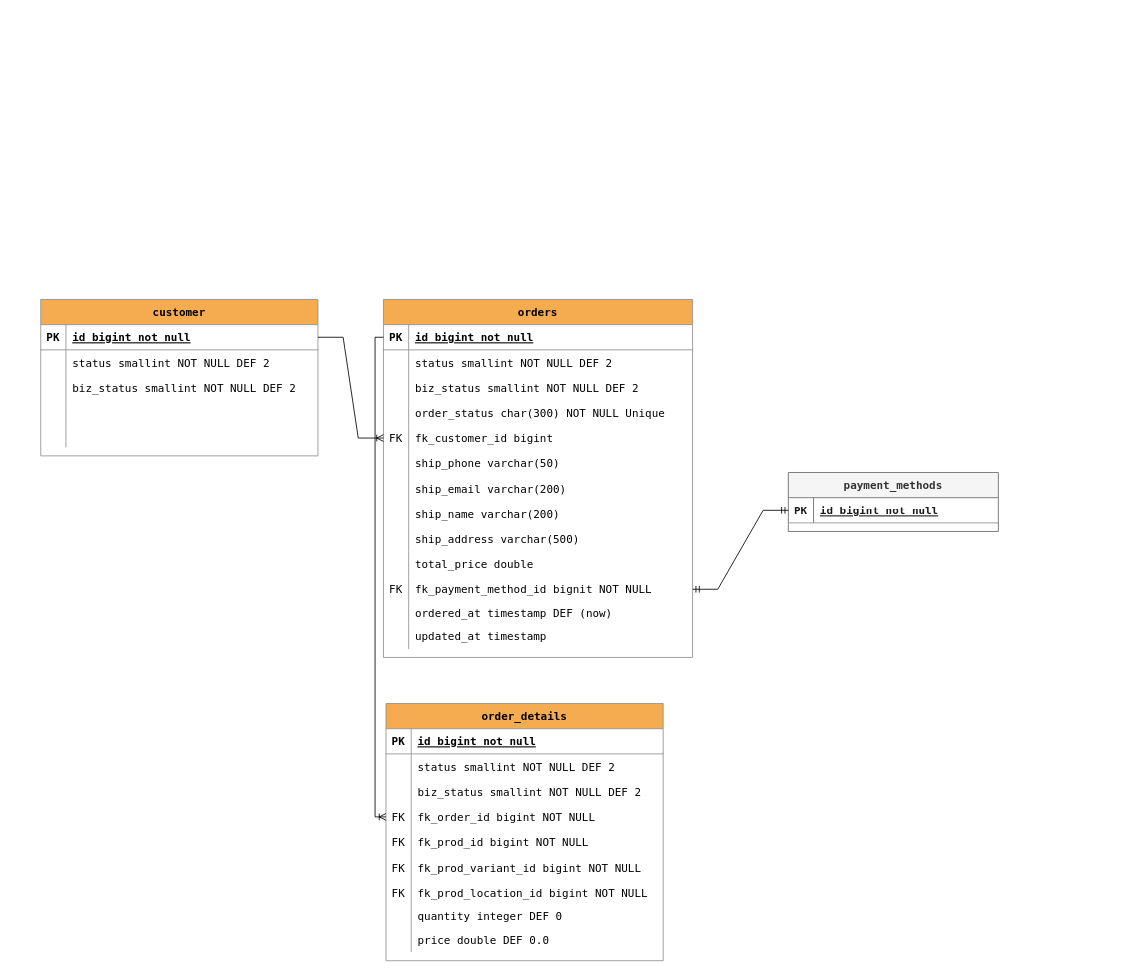
This is page "SaleOrder" (5 of 6) of documentation/ERD.drawio from khinemyaezin/coolstuff-ecommerce-v3.0-repository, a draw.io file, before an edit. Source tidied: cells renumbered, new cells numbered last; positions are measured from the earlier drawing's top-left corner, leaving out a move shared by most shapes. Both pictures are drawn from the tidied source at 84%, with x=0, y=0 at pixel (40, 299).
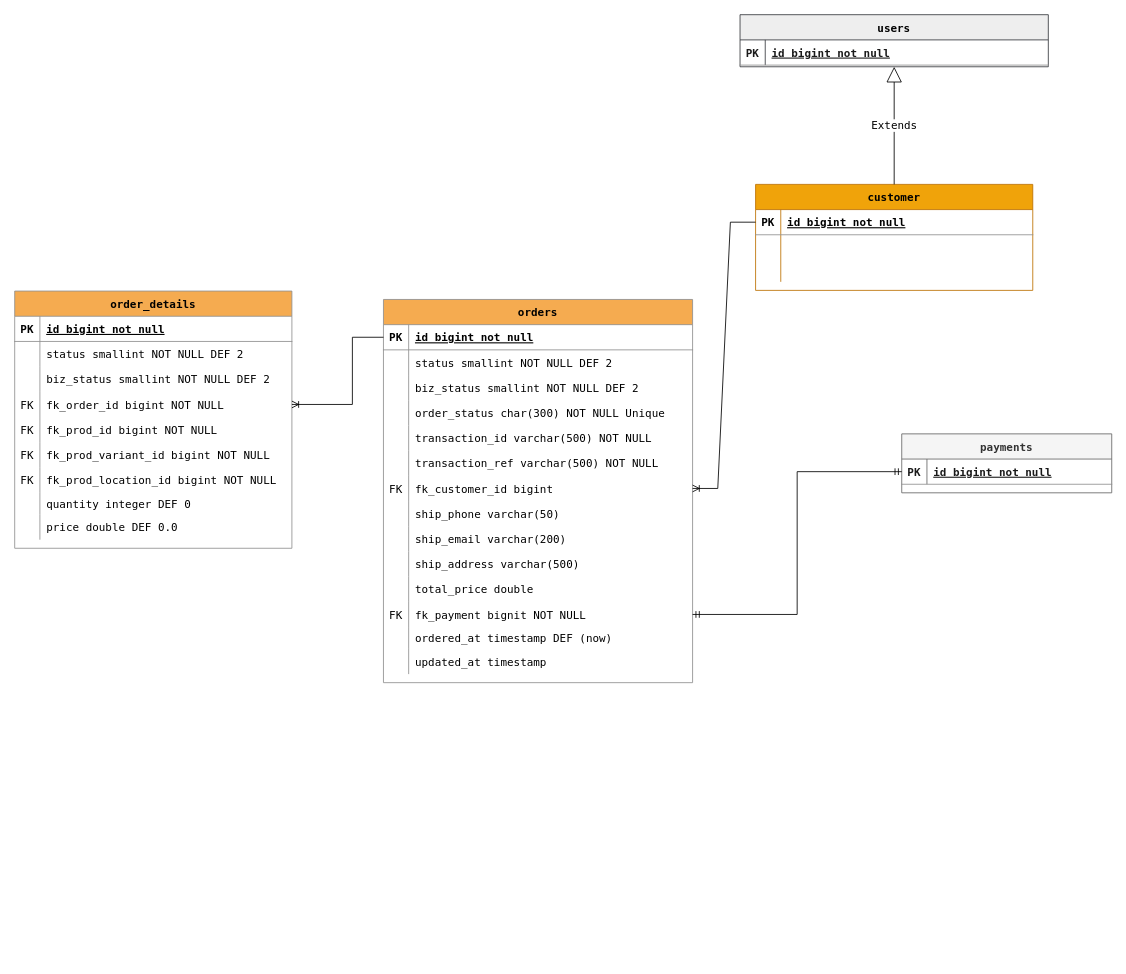
The same diagram, later.

The change refers to these unchanged cells:
```xml
<mxCell id="3" style="shape=partialRectangle;fillColor=none;points=[[0,0.5],[1,0.5]];portConstraint=eastwest;top=0;left=0;right=0;bottom=1;fontFamily=Lucida Console;fontSize=13;strokeColor=#909090;fontColor=default;rounded=0;" parent="2" vertex="1">
  <mxGeometry y="30" width="368" height="30" as="geometry" />
</mxCell>
<mxCell id="52" style="shape=tableRow;horizontal=0;startSize=0;swimlaneHead=0;swimlaneBody=0;fillColor=none;points=[[0,0.5],[1,0.5]];portConstraint=eastwest;top=0;left=0;right=0;bottom=0;strokeColor=#909090;fontColor=default;fontFamily=Lucida Console;fontSize=13;" parent="42" vertex="1">
  <mxGeometry y="120" width="330" height="30" as="geometry" />
</mxCell>
<mxCell id="89" style="shape=partialRectangle;fillColor=none;points=[[0,0.5],[1,0.5]];portConstraint=eastwest;top=0;left=0;right=0;bottom=1;fontFamily=Lucida Console;fontSize=13;strokeColor=#909090;fontColor=#1A1A1A;" parent="88" vertex="1">
  <mxGeometry y="30" width="250" height="30" as="geometry" />
</mxCell>
```

The edit, as a diff of the source:
```diff
@@
     <mxCell id="2" value="orders" style="shape=table;startSize=30;childLayout=tableLayout;rowLines=0;fontStyle=1;align=center;fontFamily=Lucida Console;fontSize=13;fillColor=#F5AB50;strokeColor=#909090;fontColor=default;rounded=0;" parent="1" vertex="1">
-      <mxGeometry x="408" width="368" height="426.2" as="geometry" />
+      <mxGeometry x="408" width="368" height="456.2" as="geometry" />
     </mxCell>
@@
+    <mxCell id="93" style="shape=tableRow;horizontal=0;startSize=0;swimlaneHead=0;swimlaneBody=0;fillColor=none;top=0;left=0;right=0;bottom=0;fontFamily=Lucida Console;fontSize=13;" parent="2" vertex="1">
+      <mxGeometry y="150" width="368" height="30" as="geometry" />
+    </mxCell>
+    <mxCell id="94" style="shape=partialRectangle;fillColor=none;top=0;left=0;bottom=0;right=0;overflow=hidden;fontFamily=Lucida Console;fontSize=13;" parent="93" vertex="1">
+      <mxGeometry width="30" height="30" as="geometry" />
+    </mxCell>
+    <mxCell id="95" value="transaction_id varchar(500) NOT NULL" style="shape=partialRectangle;fillColor=none;top=0;left=0;bottom=0;right=0;align=left;spacingLeft=6;overflow=hidden;fontFamily=Lucida Console;fontSize=13;" parent="93" vertex="1">
+      <mxGeometry x="30" width="338" height="30" as="geometry" />
+    </mxCell>
+    <mxCell id="96" style="shape=tableRow;horizontal=0;startSize=0;swimlaneHead=0;swimlaneBody=0;fillColor=none;top=0;left=0;right=0;bottom=0;fontFamily=Lucida Console;fontSize=13;" parent="2" vertex="1">
+      <mxGeometry y="180" width="368" height="30" as="geometry" />
+    </mxCell>
+    <mxCell id="97" style="shape=partialRectangle;fillColor=none;top=0;left=0;bottom=0;right=0;overflow=hidden;fontFamily=Lucida Console;fontSize=13;" parent="96" vertex="1">
+      <mxGeometry width="30" height="30" as="geometry" />
+    </mxCell>
+    <mxCell id="98" value="transaction_ref varchar(500) NOT NULL" style="shape=partialRectangle;fillColor=none;top=0;left=0;bottom=0;right=0;align=left;spacingLeft=6;overflow=hidden;fontFamily=Lucida Console;fontSize=13;" parent="96" vertex="1">
+      <mxGeometry x="30" width="338" height="30" as="geometry" />
+    </mxCell>
     <mxCell id="15" style="shape=tableRow;horizontal=0;startSize=0;swimlaneHead=0;swimlaneBody=0;fillColor=none;points=[[0,0.5],[1,0.5]];portConstraint=eastwest;top=0;left=0;right=0;bottom=0;fontFamily=Lucida Console;fontSize=13;strokeColor=#909090;fontColor=default;rounded=0;" parent="2" vertex="1">
-      <mxGeometry y="150" width="368" height="30" as="geometry" />
+      <mxGeometry y="210" width="368" height="30" as="geometry" />
     </mxCell>
@@
     <mxCell id="18" style="shape=tableRow;horizontal=0;startSize=0;swimlaneHead=0;swimlaneBody=0;fillColor=none;top=0;left=0;right=0;bottom=0;fontFamily=Lucida Console;fontSize=13;" parent="2" vertex="1">
-      <mxGeometry y="180" width="368" height="30" as="geometry" />
+      <mxGeometry y="240" width="368" height="30" as="geometry" />
     </mxCell>
@@
     <mxCell id="21" style="shape=tableRow;horizontal=0;startSize=0;swimlaneHead=0;swimlaneBody=0;fillColor=none;top=0;left=0;right=0;bottom=0;fontSize=13;fontFamily=Lucida Console;" parent="2" vertex="1">
-      <mxGeometry y="210" width="368" height="30" as="geometry" />
+      <mxGeometry y="270" width="368" height="30" as="geometry" />
     </mxCell>
@@
-    <mxCell id="24" style="shape=tableRow;horizontal=0;startSize=0;swimlaneHead=0;swimlaneBody=0;fillColor=none;top=0;left=0;right=0;bottom=0;fontFamily=Lucida Console;fontSize=13;strokeColor=#909090;fontColor=default;rounded=0;" parent="2" vertex="1">
-      <mxGeometry y="240" width="368" height="30" as="geometry" />
-    </mxCell>
-    <mxCell id="25" style="shape=partialRectangle;fillColor=none;top=0;left=0;bottom=0;right=0;overflow=hidden;fontFamily=Lucida Console;fontSize=13;strokeColor=#909090;fontColor=default;rounded=0;" parent="24" vertex="1">
-      <mxGeometry width="30" height="30" as="geometry" />
-    </mxCell>
-    <mxCell id="26" value="ship_name varchar(200)" style="shape=partialRectangle;fillColor=none;top=0;left=0;bottom=0;right=0;align=left;spacingLeft=6;overflow=hidden;fontFamily=Lucida Console;fontSize=13;strokeColor=#909090;fontColor=default;rounded=0;" parent="24" vertex="1">
-      <mxGeometry x="30" width="338" height="30" as="geometry" />
-    </mxCell>
     <mxCell id="27" style="shape=tableRow;horizontal=0;startSize=0;swimlaneHead=0;swimlaneBody=0;fillColor=none;top=0;left=0;right=0;bottom=0;fontFamily=Lucida Console;fontSize=13;strokeColor=#909090;fontColor=default;rounded=0;" parent="2" vertex="1">
-      <mxGeometry y="270" width="368" height="30" as="geometry" />
+      <mxGeometry y="300" width="368" height="30" as="geometry" />
     </mxCell>
@@
     <mxCell id="30" style="shape=tableRow;horizontal=0;startSize=0;swimlaneHead=0;swimlaneBody=0;fillColor=none;top=0;left=0;right=0;bottom=0;fontFamily=Lucida Console;fontSize=13;strokeColor=#909090;fontColor=default;rounded=0;" parent="2" vertex="1">
-      <mxGeometry y="300" width="368" height="30" as="geometry" />
+      <mxGeometry y="330" width="368" height="30" as="geometry" />
     </mxCell>
@@
     <mxCell id="33" style="shape=tableRow;horizontal=0;startSize=0;swimlaneHead=0;swimlaneBody=0;fillColor=none;points=[[0,0.5],[1,0.5]];portConstraint=eastwest;top=0;left=0;right=0;bottom=0;fontSize=13;fontFamily=Lucida Console;" parent="2" vertex="1">
-      <mxGeometry y="330" width="368" height="30" as="geometry" />
+      <mxGeometry y="360" width="368" height="30" as="geometry" />
     </mxCell>
@@
-    <mxCell id="35" value="fk_payment_method_id bignit NOT NULL" style="shape=partialRectangle;fillColor=none;top=0;left=0;bottom=0;right=0;align=left;spacingLeft=6;overflow=hidden;fontSize=13;fontFamily=Lucida Console;" parent="33" vertex="1">
+    <mxCell id="35" value="fk_payment bignit NOT NULL" style="shape=partialRectangle;fillColor=none;top=0;left=0;bottom=0;right=0;align=left;spacingLeft=6;overflow=hidden;fontSize=13;fontFamily=Lucida Console;" parent="33" vertex="1">
       <mxGeometry x="30" width="338" height="30" as="geometry" />
     </mxCell>
     <mxCell id="36" style="shape=tableRow;horizontal=0;startSize=0;swimlaneHead=0;swimlaneBody=0;fillColor=none;top=0;left=0;right=0;bottom=0;fontFamily=Lucida Console;fontSize=13;strokeColor=#909090;fontColor=default;rounded=0;" parent="2" vertex="1">
-      <mxGeometry y="360" width="368" height="26" as="geometry" />
+      <mxGeometry y="390" width="368" height="26" as="geometry" />
     </mxCell>
@@
     <mxCell id="39" style="shape=tableRow;horizontal=0;startSize=0;swimlaneHead=0;swimlaneBody=0;fillColor=none;top=0;left=0;right=0;bottom=0;fontFamily=Lucida Console;fontSize=13;strokeColor=#909090;fontColor=default;rounded=0;" parent="2" vertex="1">
-      <mxGeometry y="386" width="368" height="30" as="geometry" />
+      <mxGeometry y="416" width="368" height="30" as="geometry" />
     </mxCell>
@@
     <mxCell id="42" value="order_details" style="shape=table;startSize=30;childLayout=tableLayout;rowLines=0;fontStyle=1;align=center;fontFamily=Lucida Console;fontSize=13;fillColor=#F5AB50;strokeColor=#909090;fontColor=default;rounded=0;" parent="1" vertex="1">
-      <mxGeometry x="411" y="481" width="330" height="306.2" as="geometry" />
+      <mxGeometry x="-31" y="-10" width="330" height="306.2" as="geometry" />
     </mxCell>
@@
-    <mxCell id="70" style="fontSize=12;html=1;endArrow=ERoneToMany;rounded=0;strokeColor=default;fontFamily=Lucida Console;fontColor=#1A1A1A;exitX=0;exitY=0.5;exitDx=0;exitDy=0;edgeStyle=orthogonalEdgeStyle;entryX=0;entryY=0.5;entryDx=0;entryDy=0;" parent="1" edge="1" source="3" target="52">
-      <mxGeometry relative="1" as="geometry" />
+    <mxCell id="70" style="fontSize=12;html=1;endArrow=ERoneToMany;rounded=0;strokeColor=default;fontFamily=Lucida Console;fontColor=#1A1A1A;exitX=0;exitY=0.5;exitDx=0;exitDy=0;edgeStyle=orthogonalEdgeStyle;entryX=1;entryY=0.5;entryDx=0;entryDy=0;" parent="1" edge="1" source="3" target="52">
+      <mxGeometry relative="1" as="geometry">
+        <Array as="points">
+          <mxPoint x="371" y="45" />
+          <mxPoint x="371" y="125" />
+        </Array>
+      </mxGeometry>
     </mxCell>
-    <mxCell id="71" value="customer" style="shape=table;startSize=30;childLayout=tableLayout;rowLines=0;fontStyle=1;align=center;fontFamily=Lucida Console;fontSize=13;fillColor=#F5AB50;strokeColor=#909090;fontColor=default;rounded=0;" parent="1" vertex="1">
-      <mxGeometry width="330" height="186.2" as="geometry" />
+    <mxCell id="71" value="customer" style="shape=table;startSize=30;childLayout=tableLayout;rowLines=0;fontStyle=1;align=center;fontFamily=Lucida Console;fontSize=13;fillColor=#f0a30a;strokeColor=#BD7000;fontColor=#000000;rounded=0;" parent="1" vertex="1">
+      <mxGeometry x="851" y="-137" width="330" height="126.2" as="geometry" />
     </mxCell>
@@
-    <mxCell id="75" style="shape=tableRow;horizontal=0;startSize=0;swimlaneHead=0;swimlaneBody=0;fillColor=none;top=0;left=0;right=0;bottom=0;strokeColor=#909090;fontFamily=Lucida Console;fontSize=13;fontColor=default;rounded=0;" parent="71" vertex="1">
-      <mxGeometry y="60" width="330" height="30" as="geometry" />
-    </mxCell>
-    <mxCell id="76" style="shape=partialRectangle;fillColor=none;top=0;left=0;bottom=0;right=0;overflow=hidden;strokeColor=#909090;fontFamily=Lucida Console;fontSize=13;fontColor=default;startSize=30;rounded=0;" parent="75" vertex="1">
-      <mxGeometry width="30" height="30" as="geometry" />
-    </mxCell>
-    <mxCell id="77" value="status smallint NOT NULL DEF 2" style="shape=partialRectangle;fillColor=none;top=0;left=0;bottom=0;right=0;align=left;spacingLeft=6;overflow=hidden;strokeColor=#909090;fontFamily=Lucida Console;fontSize=13;fontColor=default;startSize=30;rounded=0;" parent="75" vertex="1">
-      <mxGeometry x="30" width="300" height="30" as="geometry" />
-    </mxCell>
-    <mxCell id="78" style="shape=partialRectangle;fillColor=none;top=0;left=0;right=0;bottom=0;fontFamily=Lucida Console;fontSize=13;strokeColor=#909090;fontColor=default;rounded=0;" parent="71" vertex="1">
-      <mxGeometry y="90" width="330" height="30" as="geometry" />
-    </mxCell>
-    <mxCell id="79" style="shape=partialRectangle;overflow=hidden;fillColor=none;top=0;left=0;bottom=0;right=0;fontFamily=Lucida Console;fontSize=13;strokeColor=#909090;fontColor=default;rounded=0;" parent="78" vertex="1">
-      <mxGeometry width="30" height="30" as="geometry" />
-    </mxCell>
-    <mxCell id="80" value="biz_status smallint NOT NULL DEF 2" style="shape=partialRectangle;overflow=hidden;fillColor=none;top=0;left=0;bottom=0;right=0;align=left;spacingLeft=6;fontFamily=Lucida Console;fontSize=13;strokeColor=#909090;fontColor=default;rounded=0;" parent="78" vertex="1">
-      <mxGeometry x="30" width="300" height="30" as="geometry" />
-    </mxCell>
     <mxCell id="81" style="shape=tableRow;horizontal=0;startSize=0;swimlaneHead=0;swimlaneBody=0;fillColor=none;top=0;left=0;right=0;bottom=0;fontFamily=Lucida Console;fontSize=13;strokeColor=#909090;fontColor=default;rounded=0;" parent="71" vertex="1">
-      <mxGeometry y="120" width="330" height="30" as="geometry" />
+      <mxGeometry y="60" width="330" height="30" as="geometry" />
     </mxCell>
@@
     <mxCell id="84" style="shape=tableRow;horizontal=0;startSize=0;swimlaneHead=0;swimlaneBody=0;fillColor=none;top=0;left=0;right=0;bottom=0;fontFamily=Lucida Console;fontSize=13;strokeColor=#909090;fontColor=default;rounded=0;" parent="71" vertex="1">
-      <mxGeometry y="150" width="330" height="26" as="geometry" />
+      <mxGeometry y="90" width="330" height="26" as="geometry" />
     </mxCell>
@@
-    <mxCell id="88" value="payment_methods" style="shape=table;startSize=30;childLayout=tableLayout;rowLines=0;fontStyle=1;align=center;fontFamily=Lucida Console;fontSize=13;fillColor=#f5f5f5;strokeColor=#666666;fontColor=#333333;" parent="1" vertex="1">
-      <mxGeometry x="890" y="206" width="250" height="70.2" as="geometry" />
+    <mxCell id="88" value="payments" style="shape=table;startSize=30;childLayout=tableLayout;rowLines=0;fontStyle=1;align=center;fontFamily=Lucida Console;fontSize=13;fillColor=#f5f5f5;strokeColor=#666666;fontColor=#333333;" parent="1" vertex="1">
+      <mxGeometry x="1025" y="160" width="250" height="70.2" as="geometry" />
     </mxCell>
@@
-    <mxCell id="92" style="edgeStyle=entityRelationEdgeStyle;fontSize=12;html=1;endArrow=ERmandOne;startArrow=ERmandOne;rounded=0;fontFamily=Lucida Console;exitX=1;exitY=0.5;exitDx=0;exitDy=0;entryX=0;entryY=0.5;entryDx=0;entryDy=0;" parent="1" edge="1" source="33" target="89">
+    <mxCell id="92" style="edgeStyle=orthogonalEdgeStyle;fontSize=12;html=1;endArrow=ERmandOne;startArrow=ERmandOne;rounded=0;fontFamily=Lucida Console;exitX=1;exitY=0.5;exitDx=0;exitDy=0;entryX=0;entryY=0.5;entryDx=0;entryDy=0;" parent="1" edge="1" source="33" target="89">
       <mxGeometry relative="1" as="geometry" />
     </mxCell>
+    <mxCell id="99" value="users" style="shape=table;startSize=30;childLayout=tableLayout;rowLines=0;fontStyle=1;align=center;fontFamily=Lucida Console;fontSize=13;swimlaneLine=1;fillColor=#eeeeee;labelBackgroundColor=none;labelBorderColor=none;rounded=0;strokeColor=#36393d;" parent="1" vertex="1">
+      <mxGeometry x="832.5" y="-339" width="367" height="62" as="geometry" />
+    </mxCell>
+    <mxCell id="100" style="shape=partialRectangle;top=0;left=0;right=0;bottom=1;fontFamily=Lucida Console;fontSize=13;swimlaneLine=1;fillColor=none;labelBackgroundColor=none;labelBorderColor=none;rounded=0;strokeColor=#909090;fontColor=#1A1A1A;" parent="99" vertex="1">
+      <mxGeometry y="30" width="367" height="30" as="geometry" />
+    </mxCell>
+    <mxCell id="101" value="PK" style="shape=partialRectangle;overflow=hidden;top=0;left=0;bottom=0;right=0;fontStyle=1;fontFamily=Lucida Console;fontSize=13;swimlaneLine=1;fillColor=none;labelBackgroundColor=none;labelBorderColor=none;rounded=0;strokeColor=#909090;fontColor=#1A1A1A;" parent="100" vertex="1">
+      <mxGeometry width="30" height="30" as="geometry" />
+    </mxCell>
+    <mxCell id="102" value="id bigint not null" style="shape=partialRectangle;overflow=hidden;top=0;left=0;bottom=0;right=0;align=left;spacingLeft=6;fontStyle=5;fontFamily=Lucida Console;fontSize=13;swimlaneLine=1;fillColor=none;labelBackgroundColor=none;labelBorderColor=none;rounded=0;strokeColor=#909090;fontColor=#1A1A1A;" parent="100" vertex="1">
+      <mxGeometry x="30" width="337" height="30" as="geometry" />
+    </mxCell>
+    <mxCell id="103" value="Extends" style="endArrow=block;endSize=16;endFill=0;html=1;rounded=0;fontFamily=Lucida Console;fontSize=13;entryX=0.5;entryY=1;entryDx=0;entryDy=0;exitX=0.5;exitY=0;exitDx=0;exitDy=0;" parent="1" edge="1" source="71" target="99">
+      <mxGeometry relative="1" as="geometry" />
+    </mxCell>
```
